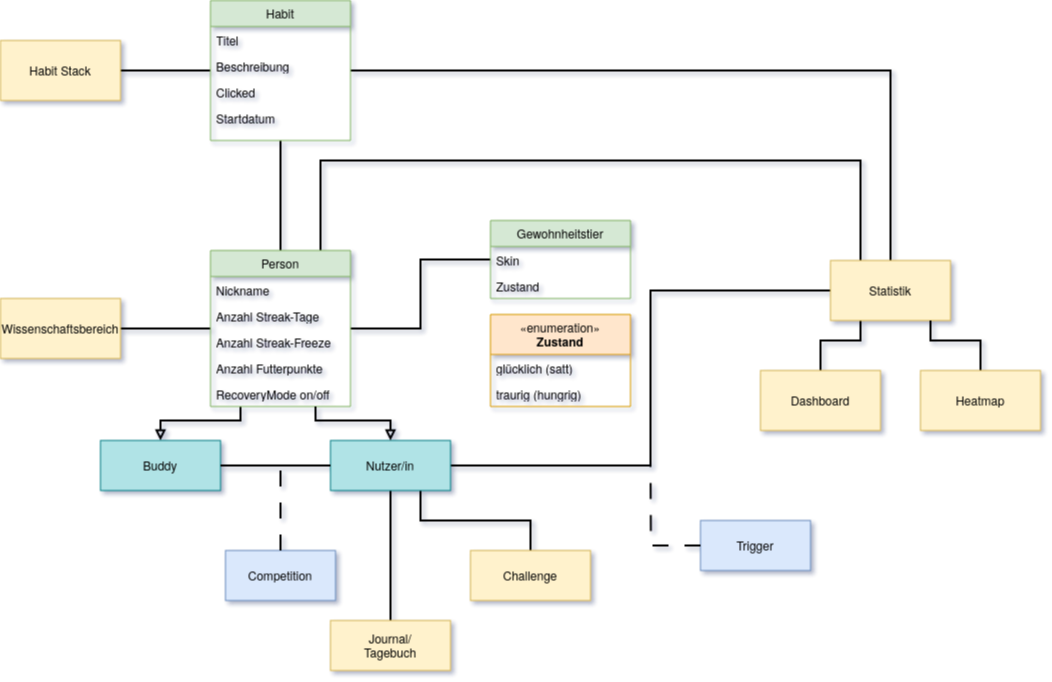
Earlier version of the draw.io export docs/requirements/images/domaenenmodell.drawio.png (1tristan0/SE-HabitTracker-3.B). Source tidied: cells renumbered, new cells last; positions are measured from the earlier drawing's top-left corner, leaving out a move shared by most shapes.
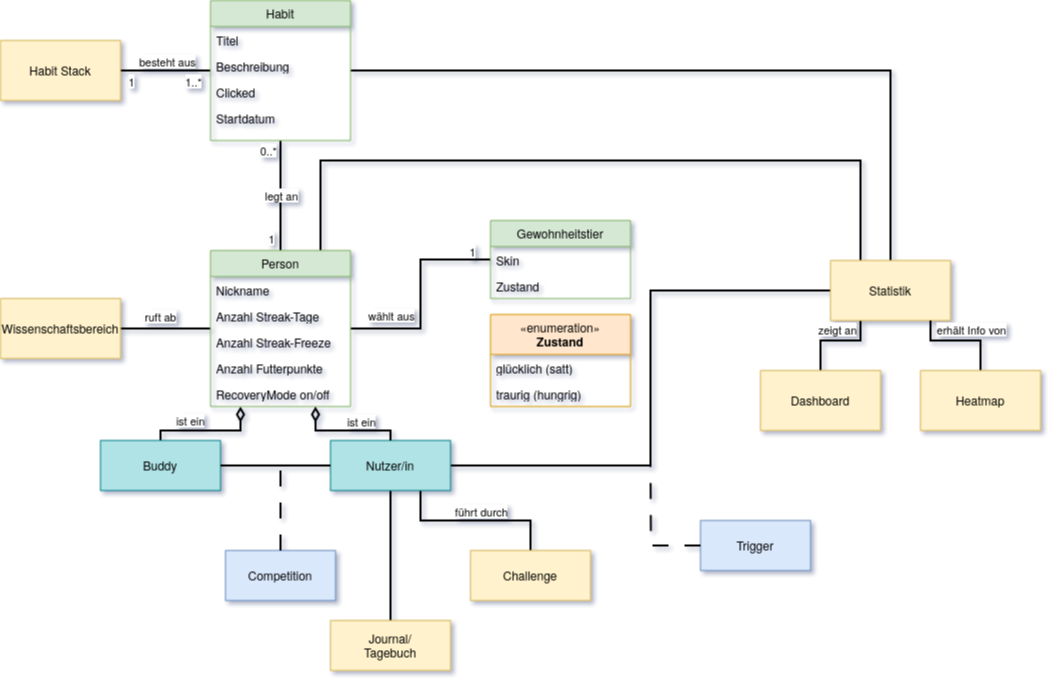
Above is the later version.

The edit, as a diff of the source:
```diff
@@ -5,20 +5,55 @@
     <mxCell id="2" style="edgeStyle=orthogonalEdgeStyle;rounded=0;jettySize=auto;html=1;endArrow=none;startFill=0;strokeWidth=2;" parent="1" edge="1" source="8" target="16">
       <mxGeometry relative="1" as="geometry" />
     </mxCell>
+    <mxCell id="46" value="legt an" style="edgeLabel;html=1;align=center;verticalAlign=middle;" parent="2" vertex="1">
+      <mxGeometry y="-3" relative="1" as="geometry">
+        <mxPoint x="-3" as="offset" />
+      </mxGeometry>
+    </mxCell>
+    <mxCell id="47" value="0..*" style="edgeLabel;html=1;align=center;verticalAlign=middle;" parent="2" vertex="1">
+      <mxGeometry x="0.73" y="-2" relative="1" as="geometry">
+        <mxPoint x="-15" y="-5" as="offset" />
+      </mxGeometry>
+    </mxCell>
+    <mxCell id="48" value="1" style="edgeLabel;html=1;align=center;verticalAlign=middle;" parent="2" vertex="1">
+      <mxGeometry x="-0.73" relative="1" as="geometry">
+        <mxPoint x="-10" y="3" as="offset" />
+      </mxGeometry>
+    </mxCell>
     <mxCell id="3" style="edgeStyle=orthogonalEdgeStyle;rounded=0;jettySize=auto;html=1;strokeColor=default;strokeWidth=2;align=center;verticalAlign=middle;fontFamily=Helvetica;fontSize=11;fontColor=default;labelBackgroundColor=default;startFill=0;endArrow=none;" parent="1" edge="1" source="8" target="22">
       <mxGeometry relative="1" as="geometry" />
     </mxCell>
+    <mxCell id="49" value="ruft ab" style="edgeLabel;html=1;align=center;verticalAlign=middle;" parent="3" vertex="1">
+      <mxGeometry x="-0.51" y="-4" relative="1" as="geometry">
+        <mxPoint x="-28" y="-9" as="offset" />
+      </mxGeometry>
+    </mxCell>
     <mxCell id="4" style="edgeStyle=orthogonalEdgeStyle;rounded=0;jettySize=auto;html=1;strokeColor=default;strokeWidth=2;align=center;verticalAlign=middle;fontFamily=Helvetica;fontSize=11;fontColor=default;labelBackgroundColor=default;startFill=0;endArrow=none;" parent="1" edge="1" source="8" target="23">
       <mxGeometry relative="1" as="geometry" />
     </mxCell>
+    <mxCell id="50" value="wählt aus" style="edgeLabel;html=1;align=center;verticalAlign=middle;" parent="4" vertex="1">
+      <mxGeometry x="0.06" y="-2" relative="1" as="geometry">
+        <mxPoint x="-32" y="27" as="offset" />
+      </mxGeometry>
+    </mxCell>
+    <mxCell id="51" value="1" style="edgeLabel;html=1;align=center;verticalAlign=middle;" parent="4" vertex="1">
+      <mxGeometry x="0.83" y="3" relative="1" as="geometry">
+        <mxPoint y="-6" as="offset" />
+      </mxGeometry>
+    </mxCell>
-    <mxCell id="5" style="edgeStyle=orthogonalEdgeStyle;rounded=0;jettySize=auto;html=1;strokeColor=default;strokeWidth=2;align=center;verticalAlign=middle;fontFamily=Helvetica;fontSize=11;fontColor=default;labelBackgroundColor=default;startFill=0;endArrow=block;entryX=0.5;entryY=0;entryDx=0;entryDy=0;startArrow=none;endFill=0;" parent="1" edge="1" source="8" target="29">
+    <mxCell id="5" style="edgeStyle=orthogonalEdgeStyle;rounded=0;jettySize=auto;html=1;strokeColor=default;strokeWidth=2;align=center;verticalAlign=middle;fontFamily=Helvetica;fontSize=11;fontColor=default;labelBackgroundColor=default;startFill=0;endArrow=none;entryX=0.5;entryY=0;entryDx=0;entryDy=0;startArrow=diamondThin;endFill=0;startSize=10;endSize=6;" parent="1" edge="1" source="8" target="29">
       <mxGeometry relative="1" as="geometry">
         <Array as="points">
-          <mxPoint x="240" y="420" />
-          <mxPoint x="160" y="420" />
+          <mxPoint x="240" y="430" />
+          <mxPoint x="160" y="430" />
         </Array>
       </mxGeometry>
     </mxCell>
+    <mxCell id="52" value="ist ein" style="edgeLabel;html=1;align=center;verticalAlign=middle;rounded=0;strokeColor=default;strokeWidth=2;fontFamily=Helvetica;fontSize=11;fontColor=default;labelBackgroundColor=default;" parent="5" vertex="1">
+      <mxGeometry x="-0.25" y="-2" relative="1" as="geometry">
+        <mxPoint x="-31" y="-9" as="offset" />
+      </mxGeometry>
+    </mxCell>
     <mxCell id="6" style="edgeStyle=orthogonalEdgeStyle;rounded=0;jettySize=auto;html=1;strokeColor=default;strokeWidth=2;align=center;verticalAlign=middle;fontFamily=Helvetica;fontSize=11;fontColor=default;labelBackgroundColor=default;startFill=0;endArrow=none;" parent="1" edge="1" source="32" target="40">
       <mxGeometry relative="1" as="geometry">
         <Array as="points">
@@ -56,6 +91,21 @@
     <mxCell id="14" style="edgeStyle=orthogonalEdgeStyle;rounded=0;jettySize=auto;html=1;strokeColor=default;strokeWidth=2;align=center;verticalAlign=middle;fontFamily=Helvetica;fontSize=11;fontColor=default;labelBackgroundColor=default;startFill=0;endArrow=none;" parent="1" edge="1" source="16" target="21">
       <mxGeometry relative="1" as="geometry" />
     </mxCell>
+    <mxCell id="53" value="besteht aus" style="edgeLabel;html=1;align=center;verticalAlign=middle;" parent="14" vertex="1">
+      <mxGeometry x="-0.03" y="1" relative="1" as="geometry">
+        <mxPoint y="-11" as="offset" />
+      </mxGeometry>
+    </mxCell>
+    <mxCell id="54" value="1..*" style="edgeLabel;html=1;align=center;verticalAlign=middle;" parent="14" vertex="1">
+      <mxGeometry x="-0.6" relative="1" as="geometry">
+        <mxPoint y="10" as="offset" />
+      </mxGeometry>
+    </mxCell>
+    <mxCell id="55" value="1" style="edgeLabel;html=1;align=center;verticalAlign=middle;" parent="14" vertex="1">
+      <mxGeometry x="0.71" y="-3" relative="1" as="geometry">
+        <mxPoint x="-3" y="13" as="offset" />
+      </mxGeometry>
+    </mxCell>
     <mxCell id="15" style="edgeStyle=orthogonalEdgeStyle;rounded=0;jettySize=auto;html=1;strokeColor=default;strokeWidth=2;align=center;verticalAlign=middle;fontFamily=Helvetica;fontSize=11;fontColor=default;labelBackgroundColor=default;startFill=0;endArrow=none;" parent="1" edge="1" source="16" target="40">
       <mxGeometry relative="1" as="geometry">
         <Array as="points">
@@ -113,20 +163,30 @@
         </Array>
       </mxGeometry>
     </mxCell>
+    <mxCell id="56" value="führt durch" style="edgeLabel;html=1;align=center;verticalAlign=middle;" parent="30" vertex="1">
+      <mxGeometry x="0.33" relative="1" as="geometry">
+        <mxPoint x="-22" y="-10" as="offset" />
+      </mxGeometry>
+    </mxCell>
     <mxCell id="31" style="edgeStyle=orthogonalEdgeStyle;rounded=0;jettySize=auto;html=1;strokeColor=default;strokeWidth=2;align=center;verticalAlign=middle;fontFamily=Helvetica;fontSize=11;fontColor=default;labelBackgroundColor=default;startFill=0;endArrow=none;" parent="1" edge="1" source="32" target="38">
       <mxGeometry relative="1" as="geometry" />
     </mxCell>
     <mxCell id="32" value="Nutzer/in" style="whiteSpace=wrap;html=1;fillColor=#b0e3e6;fontStyle=0;startSize=26;horizontal=1;strokeColor=#0e8088;" parent="1" vertex="1">
       <mxGeometry x="330" y="440" width="120" height="50" as="geometry" />
     </mxCell>
-    <mxCell id="33" style="edgeStyle=orthogonalEdgeStyle;rounded=0;jettySize=auto;html=1;strokeColor=default;strokeWidth=2;align=center;verticalAlign=middle;fontFamily=Helvetica;fontSize=11;fontColor=default;labelBackgroundColor=default;startFill=0;endArrow=block;exitX=0.75;exitY=1;exitDx=0;exitDy=0;entryX=0.5;entryY=0;entryDx=0;entryDy=0;startArrow=none;endFill=0;" parent="1" edge="1" source="8" target="32">
+    <mxCell id="33" style="edgeStyle=orthogonalEdgeStyle;rounded=0;jettySize=auto;html=1;strokeColor=default;strokeWidth=2;align=center;verticalAlign=middle;fontFamily=Helvetica;fontSize=11;fontColor=default;labelBackgroundColor=default;startFill=0;endArrow=none;exitX=0.75;exitY=1;exitDx=0;exitDy=0;entryX=0.5;entryY=0;entryDx=0;entryDy=0;startArrow=diamondThin;endFill=0;endSize=6;startSize=10;" parent="1" edge="1" source="8" target="32">
       <mxGeometry relative="1" as="geometry">
         <Array as="points">
-          <mxPoint x="315" y="420" />
-          <mxPoint x="390" y="420" />
+          <mxPoint x="315" y="430" />
+          <mxPoint x="390" y="430" />
         </Array>
       </mxGeometry>
     </mxCell>
+    <mxCell id="57" value="ist ein" style="edgeLabel;html=1;align=center;verticalAlign=middle;" parent="33" vertex="1">
+      <mxGeometry x="0.1" relative="1" as="geometry">
+        <mxPoint x="9" y="-10" as="offset" />
+      </mxGeometry>
+    </mxCell>
     <mxCell id="34" value="Challenge" style="whiteSpace=wrap;html=1;fillColor=#fff2cc;fontStyle=0;startSize=26;horizontal=1;strokeColor=#d6b656;" parent="1" vertex="1">
       <mxGeometry x="470" y="550" width="120" height="50" as="geometry" />
     </mxCell>
@@ -152,6 +212,11 @@
         </Array>
       </mxGeometry>
     </mxCell>
+    <mxCell id="58" value="zeigt an" style="edgeLabel;html=1;align=center;verticalAlign=middle;" parent="39" vertex="1">
+      <mxGeometry x="-0.04" y="1" relative="1" as="geometry">
+        <mxPoint y="-13" as="offset" />
+      </mxGeometry>
+    </mxCell>
     <mxCell id="40" value="Statistik" style="whiteSpace=wrap;html=1;fillColor=#fff2cc;fontStyle=0;startSize=26;horizontal=1;strokeColor=#d6b656;" parent="1" vertex="1">
       <mxGeometry x="830" y="260" width="120" height="60" as="geometry" />
     </mxCell>
@@ -163,6 +228,11 @@
         </Array>
       </mxGeometry>
     </mxCell>
+    <mxCell id="59" value="erhält Info von" style="edgeLabel;html=1;align=center;verticalAlign=middle;" parent="41" vertex="1">
+      <mxGeometry x="0.11" y="1" relative="1" as="geometry">
+        <mxPoint x="5" y="-11" as="offset" />
+      </mxGeometry>
+    </mxCell>
     <mxCell id="42" value="Dashboard" style="whiteSpace=wrap;html=1;fillColor=#fff2cc;fontStyle=0;startSize=26;horizontal=1;strokeColor=#d6b656;" parent="1" vertex="1">
       <mxGeometry x="760" y="370" width="120" height="60" as="geometry" />
     </mxCell>
```
